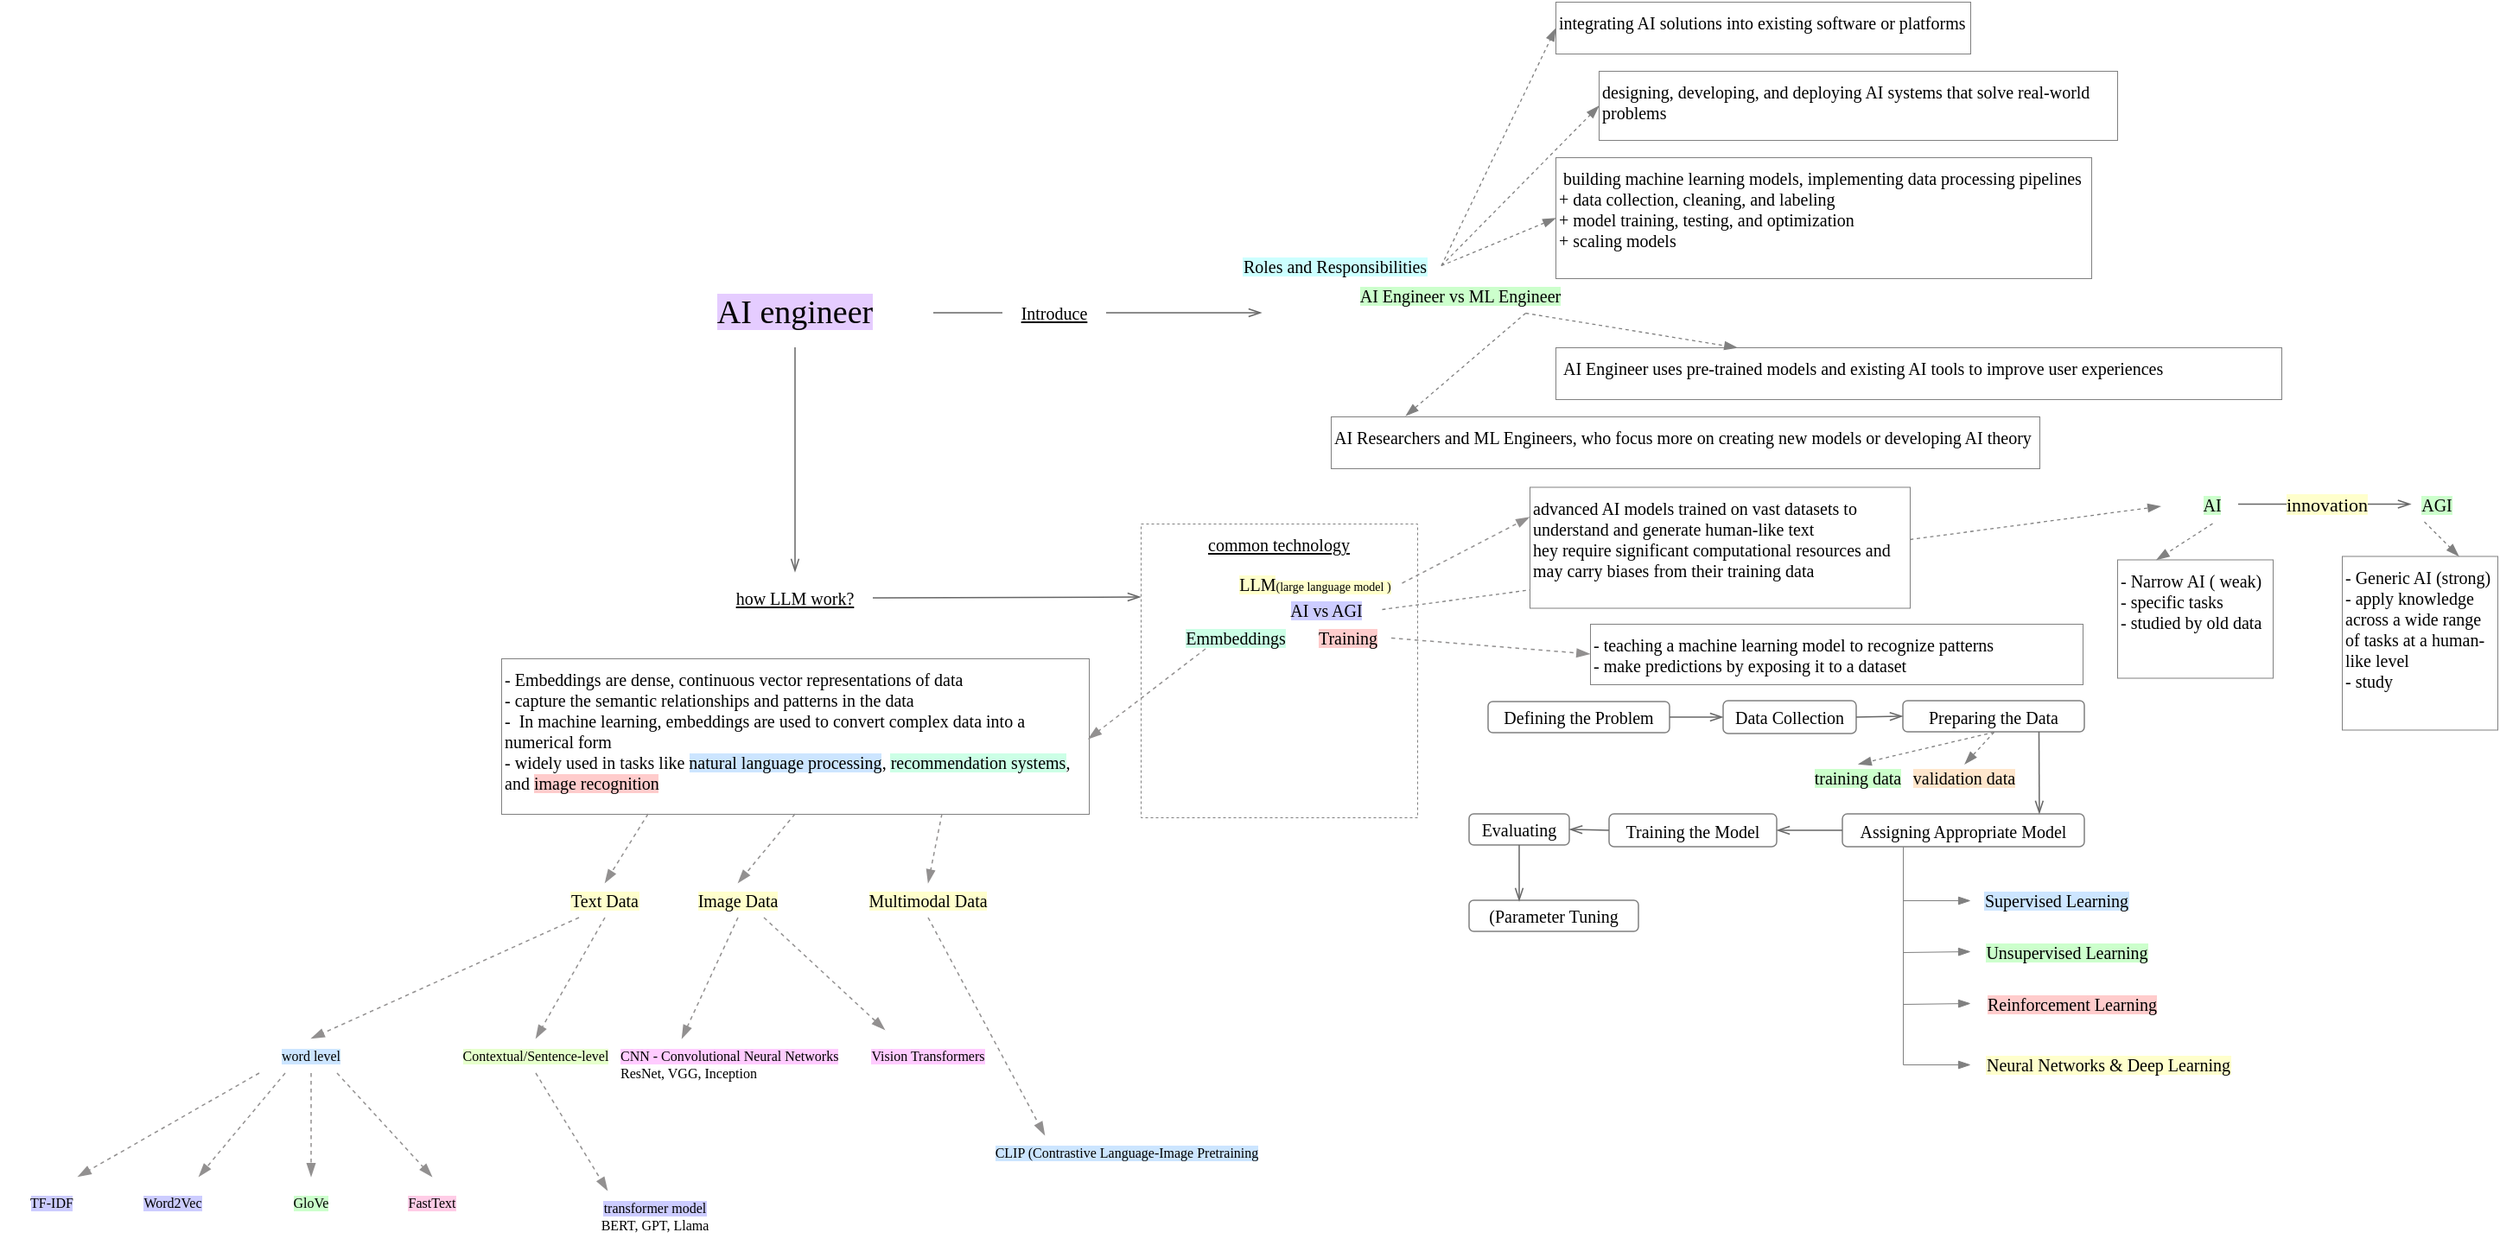
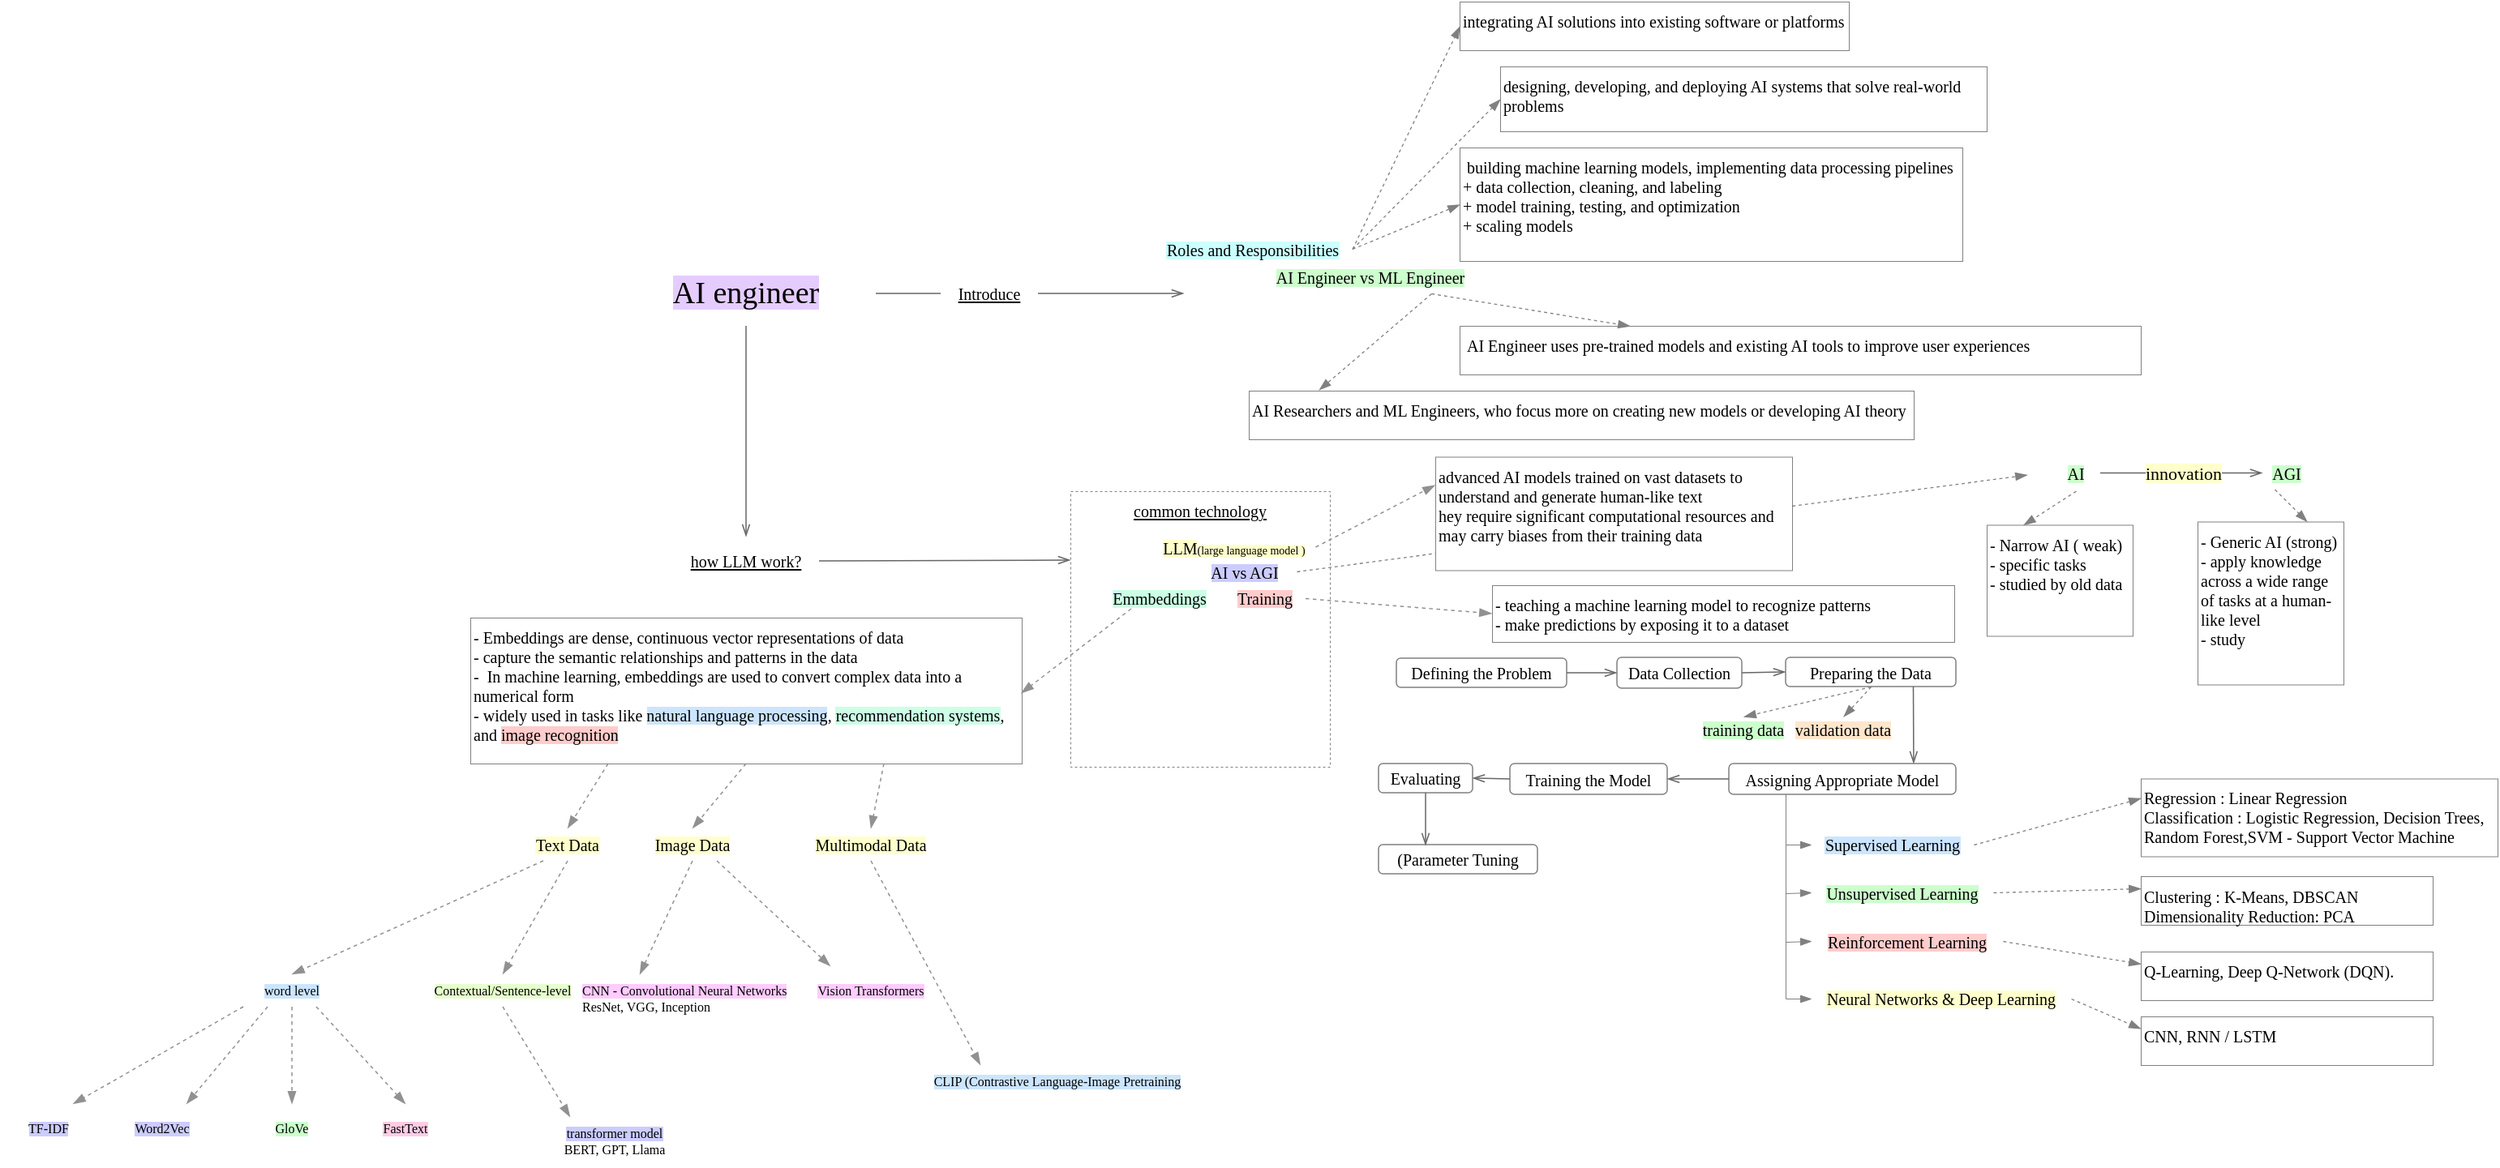
<mxfile host="app.diagrams.net" agent="Mozilla/5.0 (Macintosh; Intel Mac OS X 10_15_7) AppleWebKit/537.36 (KHTML, like Gecko) draw.io/29.3.0 Chrome/140.0.7339.249 Electron/38.7.2 Safari/537.36">
  <diagram name="Page-1" id="n3nyEJ4kgbD7jWuKOy95">
-     <mxGraphModel dx="425" dy="190" grid="1" gridSize="10" guides="1" tooltips="1" connect="1" arrows="1" fold="1" page="1" pageScale="1" pageWidth="827" pageHeight="1169" math="0" shadow="0">
+     <mxGraphModel dx="1304" dy="609" grid="1" gridSize="10" guides="1" tooltips="1" connect="1" arrows="1" fold="1" page="1" pageScale="1" pageWidth="827" pageHeight="1169" math="0" shadow="0">
      <root>
        <mxCell id="0" />
        <mxCell id="1" parent="0" />
        <mxCell id="48Jv2C9wjBzbgeSbcpPr-1" parent="1" style="text;html=1;whiteSpace=wrap;strokeColor=none;fillColor=none;align=center;verticalAlign=middle;rounded=0;fontFamily=Comic Sans MS;fontSize=19;" value="&lt;span style=&quot;background-color: rgb(229, 204, 255);&quot;&gt;AI engineer&lt;/span&gt;" vertex="1">
          <mxGeometry height="40" width="160" x="400" y="360" as="geometry" />
        </mxCell>
        <mxCell id="48Jv2C9wjBzbgeSbcpPr-3" parent="1" style="text;html=1;whiteSpace=wrap;strokeColor=none;fillColor=none;align=center;verticalAlign=middle;rounded=0;fontFamily=Comic Sans MS;fontSize=10;fontStyle=4" value="how LLM work?" vertex="1">
          <mxGeometry height="30" width="90" x="435" y="530" as="geometry" />
        </mxCell>
        <mxCell id="48Jv2C9wjBzbgeSbcpPr-6" edge="1" parent="1" source="48Jv2C9wjBzbgeSbcpPr-1" style="endArrow=openThin;html=1;rounded=0;strokeWidth=0.75;endFill=0;strokeColor=#666666;exitX=0.5;exitY=1;exitDx=0;exitDy=0;entryX=0.5;entryY=0;entryDx=0;entryDy=0;fontFamily=Comic Sans MS;" target="48Jv2C9wjBzbgeSbcpPr-3" value="">
          <mxGeometry height="50" relative="1" width="50" as="geometry">
            <mxPoint x="390" y="450" as="sourcePoint" />
            <mxPoint x="440" y="400" as="targetPoint" />
          </mxGeometry>
        </mxCell>
        <mxCell id="48Jv2C9wjBzbgeSbcpPr-8" parent="1" style="text;html=1;whiteSpace=wrap;strokeColor=none;fillColor=none;align=center;verticalAlign=middle;rounded=0;fontFamily=Comic Sans MS;fontSize=10;fontStyle=4" value="Introduce" vertex="1">
          <mxGeometry height="30" width="60" x="600" y="365" as="geometry" />
        </mxCell>
        <mxCell id="48Jv2C9wjBzbgeSbcpPr-9" edge="1" parent="1" source="48Jv2C9wjBzbgeSbcpPr-1" style="endArrow=none;html=1;rounded=0;strokeWidth=0.75;endFill=0;strokeColor=#666666;entryX=0;entryY=0.5;entryDx=0;entryDy=0;exitX=1;exitY=0.5;exitDx=0;exitDy=0;fontFamily=Comic Sans MS;" target="48Jv2C9wjBzbgeSbcpPr-8" value="">
          <mxGeometry height="50" relative="1" width="50" as="geometry">
            <mxPoint x="390" y="450" as="sourcePoint" />
            <mxPoint x="440" y="400" as="targetPoint" />
          </mxGeometry>
        </mxCell>
        <mxCell id="48Jv2C9wjBzbgeSbcpPr-11" edge="1" parent="1" source="48Jv2C9wjBzbgeSbcpPr-8" style="endArrow=openThin;html=1;rounded=0;strokeWidth=0.75;endFill=0;strokeColor=#666666;exitX=1;exitY=0.5;exitDx=0;exitDy=0;fontFamily=Comic Sans MS;" value="">
          <mxGeometry height="50" relative="1" width="50" as="geometry">
            <mxPoint x="590" y="450" as="sourcePoint" />
            <mxPoint x="750" y="380" as="targetPoint" />
          </mxGeometry>
        </mxCell>
        <mxCell id="48Jv2C9wjBzbgeSbcpPr-13" parent="1" style="text;html=1;whiteSpace=wrap;strokeColor=none;fillColor=none;align=center;verticalAlign=middle;rounded=0;fontFamily=Comic Sans MS;fontSize=10;" value="&lt;div&gt;&lt;span style=&quot;background-color: rgb(204, 255, 255);&quot;&gt;Roles and Responsibilities&lt;/span&gt;&lt;/div&gt;" vertex="1">
          <mxGeometry height="15" width="122.5" x="731.25" y="345" as="geometry" />
        </mxCell>
        <mxCell id="48Jv2C9wjBzbgeSbcpPr-14" parent="1" style="rounded=0;whiteSpace=wrap;html=1;fontFamily=Comic Sans MS;strokeWidth=0.5;strokeColor=#808080;align=left;verticalAlign=top;fontSize=10;" value="designing, developing, and deploying AI systems that solve real-world problems" vertex="1">
          <mxGeometry height="40" width="300" x="945" y="240" as="geometry" />
        </mxCell>
        <mxCell id="48Jv2C9wjBzbgeSbcpPr-15" parent="1" style="rounded=0;whiteSpace=wrap;html=1;fontFamily=Comic Sans MS;strokeWidth=0.5;strokeColor=#808080;align=left;verticalAlign=top;fontSize=10;" value="&amp;nbsp;building machine learning models, implementing data processing pipelines&lt;div&gt;+&amp;nbsp;data collection, cleaning, and labeling&lt;/div&gt;&lt;div&gt;+&amp;nbsp;model training, testing, and optimization&lt;/div&gt;&lt;div&gt;+&amp;nbsp;scaling models&lt;/div&gt;" vertex="1">
          <mxGeometry height="70" width="310" x="920" y="290" as="geometry" />
        </mxCell>
        <mxCell id="48Jv2C9wjBzbgeSbcpPr-16" parent="1" style="rounded=0;whiteSpace=wrap;html=1;fontFamily=Comic Sans MS;strokeWidth=0.5;strokeColor=#808080;align=left;verticalAlign=top;fontSize=10;" value="integrating AI solutions into existing software or platforms" vertex="1">
          <mxGeometry height="30" width="240" x="920" y="200" as="geometry" />
        </mxCell>
        <mxCell id="48Jv2C9wjBzbgeSbcpPr-17" edge="1" parent="1" source="48Jv2C9wjBzbgeSbcpPr-13" style="endArrow=blockThin;html=1;rounded=0;strokeColor=#808080;endFill=1;strokeWidth=0.65;exitX=1;exitY=0.5;exitDx=0;exitDy=0;entryX=0;entryY=0.5;entryDx=0;entryDy=0;dashed=1;fontFamily=Comic Sans MS;" target="48Jv2C9wjBzbgeSbcpPr-15" value="">
          <mxGeometry height="50" relative="1" width="50" as="geometry">
            <mxPoint x="945" y="330" as="sourcePoint" />
            <mxPoint x="920" y="290" as="targetPoint" />
          </mxGeometry>
        </mxCell>
        <mxCell id="48Jv2C9wjBzbgeSbcpPr-18" edge="1" parent="1" source="48Jv2C9wjBzbgeSbcpPr-13" style="endArrow=blockThin;html=1;rounded=0;strokeColor=#808080;endFill=1;strokeWidth=0.65;exitX=1;exitY=0.5;exitDx=0;exitDy=0;entryX=0;entryY=0.5;entryDx=0;entryDy=0;dashed=1;fontFamily=Comic Sans MS;" target="48Jv2C9wjBzbgeSbcpPr-14" value="">
          <mxGeometry height="50" relative="1" width="50" as="geometry">
            <mxPoint x="945" y="330" as="sourcePoint" />
            <mxPoint x="920" y="290" as="targetPoint" />
          </mxGeometry>
        </mxCell>
        <mxCell id="48Jv2C9wjBzbgeSbcpPr-19" edge="1" parent="1" source="48Jv2C9wjBzbgeSbcpPr-13" style="endArrow=blockThin;html=1;rounded=0;strokeColor=#808080;endFill=1;strokeWidth=0.65;exitX=1;exitY=0.5;exitDx=0;exitDy=0;entryX=0;entryY=0.5;entryDx=0;entryDy=0;dashed=1;fontFamily=Comic Sans MS;" target="48Jv2C9wjBzbgeSbcpPr-16" value="">
          <mxGeometry height="50" relative="1" width="50" as="geometry">
            <mxPoint x="945" y="330" as="sourcePoint" />
            <mxPoint x="920" y="290" as="targetPoint" />
          </mxGeometry>
        </mxCell>
        <mxCell id="48Jv2C9wjBzbgeSbcpPr-20" parent="1" style="text;html=1;whiteSpace=wrap;strokeColor=none;fillColor=none;align=center;verticalAlign=middle;rounded=0;fontFamily=Comic Sans MS;fontSize=10;" value="&lt;span style=&quot;background-color: rgb(204, 255, 204);&quot;&gt;AI Engineer vs ML Engineer&lt;/span&gt;" vertex="1">
          <mxGeometry height="20" width="150" x="790" y="360" as="geometry" />
        </mxCell>
        <mxCell id="48Jv2C9wjBzbgeSbcpPr-21" parent="1" style="rounded=0;whiteSpace=wrap;html=1;fontFamily=Comic Sans MS;strokeWidth=0.5;strokeColor=#808080;align=left;verticalAlign=top;fontSize=10;" value="&amp;nbsp;AI Engineer uses pre-trained models and existing AI tools to improve user experiences" vertex="1">
          <mxGeometry height="30" width="420" x="920" y="400" as="geometry" />
        </mxCell>
        <mxCell id="48Jv2C9wjBzbgeSbcpPr-22" parent="1" style="rounded=0;whiteSpace=wrap;html=1;fontFamily=Comic Sans MS;strokeWidth=0.5;strokeColor=#808080;align=left;verticalAlign=top;fontSize=10;" value="AI Researchers and ML Engineers, who focus more on creating new models or developing AI theory" vertex="1">
          <mxGeometry height="30" width="410" x="790" y="440" as="geometry" />
        </mxCell>
        <mxCell id="48Jv2C9wjBzbgeSbcpPr-23" edge="1" parent="1" source="48Jv2C9wjBzbgeSbcpPr-20" style="endArrow=blockThin;html=1;rounded=0;strokeColor=#808080;endFill=1;strokeWidth=0.65;exitX=0.75;exitY=1;exitDx=0;exitDy=0;entryX=0.25;entryY=0;entryDx=0;entryDy=0;dashed=1;fontFamily=Comic Sans MS;" target="48Jv2C9wjBzbgeSbcpPr-21" value="">
          <mxGeometry height="50" relative="1" width="50" as="geometry">
            <mxPoint x="705" y="330" as="sourcePoint" />
            <mxPoint x="680" y="290" as="targetPoint" />
          </mxGeometry>
        </mxCell>
        <mxCell id="48Jv2C9wjBzbgeSbcpPr-24" edge="1" parent="1" source="48Jv2C9wjBzbgeSbcpPr-20" style="endArrow=blockThin;html=1;rounded=0;strokeColor=#808080;endFill=1;strokeWidth=0.65;exitX=0.75;exitY=1;exitDx=0;exitDy=0;entryX=0.105;entryY=-0.017;entryDx=0;entryDy=0;dashed=1;entryPerimeter=0;fontFamily=Comic Sans MS;" target="48Jv2C9wjBzbgeSbcpPr-22" value="">
          <mxGeometry height="50" relative="1" width="50" as="geometry">
            <mxPoint x="705" y="330" as="sourcePoint" />
            <mxPoint x="680" y="290" as="targetPoint" />
          </mxGeometry>
        </mxCell>
        <mxCell id="48Jv2C9wjBzbgeSbcpPr-25" parent="1" style="rounded=0;whiteSpace=wrap;html=1;fontFamily=Comic Sans MS;strokeWidth=0.5;strokeColor=#808080;align=center;verticalAlign=top;fontSize=10;dashed=1;" value="&lt;u&gt;common technology&lt;/u&gt;&lt;div&gt;&lt;br&gt;&lt;/div&gt;" vertex="1">
          <mxGeometry height="170" width="160" x="680" y="502" as="geometry" />
        </mxCell>
        <mxCell id="48Jv2C9wjBzbgeSbcpPr-27" parent="1" style="text;html=1;whiteSpace=wrap;strokeColor=none;fillColor=none;align=center;verticalAlign=middle;rounded=0;fontFamily=Comic Sans MS;fontSize=10;" value="&lt;span&gt;&lt;span style=&quot;background-color: light-dark(rgb(204, 204, 255), rgb(0, 43, 0));&quot;&gt;AI vs AGI&lt;/span&gt;&lt;br&gt;&lt;/span&gt;" vertex="1">
          <mxGeometry height="10" width="65" x="754.5" y="546.5" as="geometry" />
        </mxCell>
        <mxCell id="48Jv2C9wjBzbgeSbcpPr-28" edge="1" parent="1" source="48Jv2C9wjBzbgeSbcpPr-3" style="endArrow=openThin;html=1;rounded=0;strokeWidth=0.75;endFill=0;strokeColor=#666666;exitX=1;exitY=0.5;exitDx=0;exitDy=0;entryX=0;entryY=0.25;entryDx=0;entryDy=0;fontFamily=Comic Sans MS;" target="48Jv2C9wjBzbgeSbcpPr-25" value="">
          <mxGeometry height="50" relative="1" width="50" as="geometry">
            <mxPoint x="670" y="630" as="sourcePoint" />
            <mxPoint x="720" y="580" as="targetPoint" />
          </mxGeometry>
        </mxCell>
        <mxCell id="48Jv2C9wjBzbgeSbcpPr-31" edge="1" parent="1" source="48Jv2C9wjBzbgeSbcpPr-27" style="endArrow=blockThin;html=1;rounded=0;strokeColor=#808080;endFill=1;strokeWidth=0.65;exitX=1;exitY=0.5;exitDx=0;exitDy=0;dashed=1;fontFamily=Comic Sans MS;entryX=0;entryY=0.5;entryDx=0;entryDy=0;" value="">
          <mxGeometry height="50" relative="1" width="50" as="geometry">
            <mxPoint x="810" y="536" as="sourcePoint" />
            <mxPoint x="1270" y="491.7500000000001" as="targetPoint" />
          </mxGeometry>
        </mxCell>
        <mxCell id="48Jv2C9wjBzbgeSbcpPr-32" parent="1" style="text;html=1;whiteSpace=wrap;strokeColor=none;fillColor=none;align=center;verticalAlign=middle;rounded=0;fontFamily=Comic Sans MS;fontSize=10;" value="&lt;span style=&quot;background-color: rgb(204, 255, 204);&quot;&gt;&lt;span style=&quot;background-color: light-dark(rgb(204, 255, 204), rgb(0, 43, 0));&quot;&gt;AI&lt;/span&gt;&lt;br&gt;&lt;/span&gt;" vertex="1">
          <mxGeometry height="22" width="30" x="1285" y="479.75" as="geometry" />
        </mxCell>
        <mxCell id="48Jv2C9wjBzbgeSbcpPr-34" parent="1" style="text;html=1;whiteSpace=wrap;strokeColor=none;fillColor=none;align=center;verticalAlign=middle;rounded=0;fontFamily=Comic Sans MS;fontSize=10;" value="&lt;span style=&quot;background-color: rgb(204, 255, 204);&quot;&gt;AGI&lt;/span&gt;" vertex="1">
          <mxGeometry height="20" width="30" x="1415" y="480.75" as="geometry" />
        </mxCell>
        <mxCell id="48Jv2C9wjBzbgeSbcpPr-35" edge="1" parent="1" source="48Jv2C9wjBzbgeSbcpPr-32" style="endArrow=openThin;html=1;rounded=0;strokeWidth=0.75;endFill=0;strokeColor=#666666;exitX=1;exitY=0.5;exitDx=0;exitDy=0;fontFamily=Comic Sans MS;" target="48Jv2C9wjBzbgeSbcpPr-34" value="">
          <mxGeometry height="50" relative="1" width="50" as="geometry">
            <mxPoint x="1325" y="612.75" as="sourcePoint" />
            <mxPoint x="1375" y="562.75" as="targetPoint" />
          </mxGeometry>
        </mxCell>
        <mxCell id="48Jv2C9wjBzbgeSbcpPr-36" connectable="0" parent="48Jv2C9wjBzbgeSbcpPr-35" style="edgeLabel;html=1;align=center;verticalAlign=middle;resizable=0;points=[];fontFamily=Comic Sans MS;" value="&lt;span style=&quot;background-color: rgb(255, 255, 204);&quot;&gt;innovation&lt;/span&gt;" vertex="1">
          <mxGeometry relative="1" x="-0.312" as="geometry">
            <mxPoint x="16" as="offset" />
          </mxGeometry>
        </mxCell>
        <mxCell id="48Jv2C9wjBzbgeSbcpPr-37" parent="1" style="rounded=0;whiteSpace=wrap;html=1;fontFamily=Comic Sans MS;strokeWidth=0.5;strokeColor=#808080;align=left;verticalAlign=top;fontSize=10;" value="- Narrow AI ( weak)&lt;div&gt;-&amp;nbsp;specific tasks&lt;/div&gt;&lt;div&gt;- studied by old data&lt;/div&gt;" vertex="1">
          <mxGeometry height="68.5" width="90" x="1245" y="522.75" as="geometry" />
        </mxCell>
        <mxCell id="48Jv2C9wjBzbgeSbcpPr-38" parent="1" style="rounded=0;whiteSpace=wrap;html=1;fontFamily=Comic Sans MS;strokeWidth=0.5;strokeColor=#808080;align=left;verticalAlign=top;fontSize=10;" value="- Generic AI (strong)&lt;div&gt;-&amp;nbsp;apply knowledge across a wide range of tasks at a human-like level&lt;/div&gt;&lt;div&gt;- study&amp;nbsp;&lt;/div&gt;" vertex="1">
          <mxGeometry height="100.5" width="90" x="1375" y="520.75" as="geometry" />
        </mxCell>
        <mxCell id="48Jv2C9wjBzbgeSbcpPr-39" edge="1" parent="1" source="48Jv2C9wjBzbgeSbcpPr-34" style="endArrow=blockThin;html=1;rounded=0;strokeColor=#808080;endFill=1;strokeWidth=0.65;exitX=0.25;exitY=1;exitDx=0;exitDy=0;entryX=0.75;entryY=0;entryDx=0;entryDy=0;dashed=1;" target="48Jv2C9wjBzbgeSbcpPr-38" value="">
          <mxGeometry height="50" relative="1" width="50" as="geometry">
            <mxPoint x="1390" y="580.75" as="sourcePoint" />
            <mxPoint x="1365" y="540.75" as="targetPoint" />
          </mxGeometry>
        </mxCell>
        <mxCell id="48Jv2C9wjBzbgeSbcpPr-41" edge="1" parent="1" source="48Jv2C9wjBzbgeSbcpPr-32" style="endArrow=blockThin;html=1;rounded=0;strokeColor=#808080;endFill=1;strokeWidth=0.65;exitX=0.5;exitY=1;exitDx=0;exitDy=0;entryX=0.25;entryY=0;entryDx=0;entryDy=0;dashed=1;" target="48Jv2C9wjBzbgeSbcpPr-37" value="">
          <mxGeometry height="50" relative="1" width="50" as="geometry">
            <mxPoint x="1390" y="582.75" as="sourcePoint" />
            <mxPoint x="1365" y="542.75" as="targetPoint" />
          </mxGeometry>
        </mxCell>
        <mxCell id="4Kx2ZGOmUHy-jwn0eLsE-1" parent="1" style="text;html=1;whiteSpace=wrap;strokeColor=none;fillColor=none;align=center;verticalAlign=middle;rounded=0;" value="&lt;font face=&quot;Comic Sans MS&quot; style=&quot;background-color: rgb(255, 255, 204); font-size: 10px;&quot;&gt;LLM&lt;/font&gt;&lt;span style=&quot;background-color: rgb(255, 255, 204); font-size: 7px; font-family: &amp;quot;Comic Sans MS&amp;quot;; color: light-dark(rgb(0, 0, 0), rgb(255, 255, 255));&quot;&gt;(large language model )&lt;/span&gt;" vertex="1">
          <mxGeometry height="20" width="100" x="731.25" y="526.5" as="geometry" />
        </mxCell>
        <mxCell id="4Kx2ZGOmUHy-jwn0eLsE-2" parent="1" style="rounded=0;whiteSpace=wrap;html=1;align=left;verticalAlign=top;fontFamily=Comic Sans MS;strokeWidth=0.5;fontSize=10;strokeColor=#808080;" value="&lt;div&gt;&lt;div&gt;&lt;span style=&quot;background-color: transparent;&quot;&gt;advanced AI models trained on vast datasets to understand and generate human-like text&lt;/span&gt;&lt;/div&gt;&lt;/div&gt;&lt;div&gt;&lt;span style=&quot;background-color: transparent;&quot;&gt;hey require significant computational resources and may carry biases from their training data&lt;/span&gt;&lt;/div&gt;" vertex="1">
          <mxGeometry height="70" width="220" x="905" y="480.75" as="geometry" />
        </mxCell>
        <mxCell id="4Kx2ZGOmUHy-jwn0eLsE-3" edge="1" parent="1" source="4Kx2ZGOmUHy-jwn0eLsE-1" style="endArrow=blockThin;html=1;rounded=0;endFill=1;strokeColor=light-dark(#929090, #ededed);strokeWidth=0.75;dashed=1;exitX=1;exitY=0.5;exitDx=0;exitDy=0;entryX=0;entryY=0.25;entryDx=0;entryDy=0;" target="4Kx2ZGOmUHy-jwn0eLsE-2" value="">
          <mxGeometry height="50" relative="1" width="50" as="geometry">
            <mxPoint x="710" y="550" as="sourcePoint" />
            <mxPoint x="760" y="500" as="targetPoint" />
          </mxGeometry>
        </mxCell>
        <mxCell id="4Kx2ZGOmUHy-jwn0eLsE-4" parent="1" style="text;html=1;whiteSpace=wrap;strokeColor=none;fillColor=none;align=center;verticalAlign=middle;rounded=0;fontFamily=Comic Sans MS;fontSize=10;" value="&lt;span&gt;&lt;span style=&quot;background-color: light-dark(rgb(204, 255, 230), rgb(0, 43, 0));&quot;&gt;Emmbeddings&lt;/span&gt;&lt;br&gt;&lt;/span&gt;" vertex="1">
          <mxGeometry height="14" width="70" x="700" y="560.5" as="geometry" />
        </mxCell>
        <mxCell id="4Kx2ZGOmUHy-jwn0eLsE-5" parent="1" style="rounded=0;whiteSpace=wrap;html=1;align=left;verticalAlign=top;fontFamily=Comic Sans MS;strokeWidth=0.5;fontSize=10;strokeColor=#808080;" value="&lt;div&gt;&lt;div&gt;&lt;span style=&quot;background-color: transparent;&quot;&gt;- Embeddings are dense, continuous vector representations of data&lt;/span&gt;&lt;/div&gt;&lt;/div&gt;&lt;div&gt;&lt;span style=&quot;background-color: transparent;&quot;&gt;-&amp;nbsp;&lt;/span&gt;&lt;span style=&quot;background-color: transparent;&quot;&gt;capture the semantic relationships and patterns in the data&lt;/span&gt;&lt;/div&gt;&lt;div&gt;&lt;span style=&quot;background-color: transparent;&quot;&gt;-&amp;nbsp;&lt;/span&gt;&lt;span style=&quot;background-color: transparent;&quot;&gt;&amp;nbsp;In machine learning, embeddings are used to convert complex data into a numerical form&lt;/span&gt;&lt;/div&gt;&lt;div&gt;&lt;span style=&quot;background-color: transparent;&quot;&gt;-&amp;nbsp;&lt;/span&gt;&lt;span style=&quot;background-color: transparent;&quot;&gt;widely used in tasks like &lt;/span&gt;&lt;span style=&quot;background-color: rgb(204, 229, 255);&quot;&gt;natural language processing&lt;/span&gt;&lt;span style=&quot;background-color: transparent;&quot;&gt;, &lt;/span&gt;&lt;span style=&quot;background-color: rgb(204, 255, 230);&quot;&gt;recommendation systems&lt;/span&gt;&lt;span style=&quot;background-color: transparent;&quot;&gt;, and &lt;/span&gt;&lt;span style=&quot;background-color: rgb(255, 204, 204);&quot;&gt;image recognition&lt;/span&gt;&lt;/div&gt;" vertex="1">
          <mxGeometry height="90" width="340" x="310" y="580" as="geometry" />
        </mxCell>
        <mxCell id="4Kx2ZGOmUHy-jwn0eLsE-6" parent="1" style="text;html=1;whiteSpace=wrap;strokeColor=none;fillColor=none;align=center;verticalAlign=middle;rounded=0;fontSize=10;" value="&lt;font face=&quot;Comic Sans MS&quot; style=&quot;background-color: rgb(255, 204, 204);&quot;&gt;Training&lt;/font&gt;" vertex="1">
          <mxGeometry height="13.5" width="50" x="775" y="561.5" as="geometry" />
        </mxCell>
        <mxCell id="4Kx2ZGOmUHy-jwn0eLsE-7" edge="1" parent="1" source="4Kx2ZGOmUHy-jwn0eLsE-4" style="endArrow=blockThin;html=1;rounded=0;endFill=1;strokeColor=light-dark(#929090, #ededed);strokeWidth=0.75;dashed=1;exitX=0.25;exitY=1;exitDx=0;exitDy=0;entryX=0.999;entryY=0.518;entryDx=0;entryDy=0;entryPerimeter=0;" target="4Kx2ZGOmUHy-jwn0eLsE-5" value="">
          <mxGeometry height="50" relative="1" width="50" as="geometry">
            <mxPoint x="620" y="640" as="sourcePoint" />
            <mxPoint x="670" y="590" as="targetPoint" />
          </mxGeometry>
        </mxCell>
        <mxCell id="4Kx2ZGOmUHy-jwn0eLsE-8" parent="1" style="rounded=0;whiteSpace=wrap;html=1;align=left;verticalAlign=top;fontFamily=Comic Sans MS;strokeWidth=0.5;fontSize=10;strokeColor=#808080;" value="&lt;div&gt;&lt;span style=&quot;background-color: transparent; color: light-dark(rgb(0, 0, 0), rgb(255, 255, 255));&quot;&gt;-&amp;nbsp;teaching a machine learning model to recognize patterns&lt;/span&gt;&lt;/div&gt;&lt;div&gt;-&amp;nbsp;make predictions by exposing it to a dataset&lt;/div&gt;" vertex="1">
          <mxGeometry height="35" width="285" x="940" y="560" as="geometry" />
        </mxCell>
        <mxCell id="4Kx2ZGOmUHy-jwn0eLsE-10" edge="1" parent="1" source="4Kx2ZGOmUHy-jwn0eLsE-6" style="endArrow=blockThin;html=1;rounded=0;endFill=1;strokeColor=light-dark(#929090, #ededed);strokeWidth=0.75;dashed=1;exitX=1;exitY=0.5;exitDx=0;exitDy=0;entryX=0;entryY=0.5;entryDx=0;entryDy=0;" target="4Kx2ZGOmUHy-jwn0eLsE-8" value="">
          <mxGeometry height="50" relative="1" width="50" as="geometry">
            <mxPoint x="950" y="590" as="sourcePoint" />
            <mxPoint x="1000" y="540" as="targetPoint" />
          </mxGeometry>
        </mxCell>
        <mxCell id="4Kx2ZGOmUHy-jwn0eLsE-11" parent="1" style="text;html=1;whiteSpace=wrap;strokeColor=none;fillColor=none;align=center;verticalAlign=middle;rounded=0;fontSize=10;" value="&lt;font face=&quot;Comic Sans MS&quot; style=&quot;background-color: rgb(255, 255, 204);&quot;&gt;Text Data&lt;/font&gt;" vertex="1">
          <mxGeometry height="20" width="60" x="340" y="710" as="geometry" />
        </mxCell>
        <mxCell id="4Kx2ZGOmUHy-jwn0eLsE-12" parent="1" style="text;html=1;whiteSpace=wrap;strokeColor=none;fillColor=none;align=center;verticalAlign=middle;rounded=0;fontSize=10;" value="&lt;font face=&quot;Comic Sans MS&quot; style=&quot;background-color: rgb(255, 255, 204);&quot;&gt;Image Data&lt;/font&gt;" vertex="1">
          <mxGeometry height="20" width="60" x="417" y="710" as="geometry" />
        </mxCell>
        <mxCell id="4Kx2ZGOmUHy-jwn0eLsE-13" parent="1" style="text;html=1;whiteSpace=wrap;strokeColor=none;fillColor=none;align=center;verticalAlign=middle;rounded=0;fontSize=10;" value="&lt;font face=&quot;Comic Sans MS&quot; style=&quot;background-color: rgb(255, 255, 204);&quot;&gt;Multimodal&amp;nbsp;Data&lt;/font&gt;" vertex="1">
          <mxGeometry height="20" width="60" x="527" y="710" as="geometry" />
        </mxCell>
        <mxCell id="4Kx2ZGOmUHy-jwn0eLsE-14" edge="1" parent="1" source="4Kx2ZGOmUHy-jwn0eLsE-5" style="endArrow=blockThin;html=1;rounded=0;endFill=1;strokeColor=light-dark(#929090, #ededed);strokeWidth=0.75;dashed=1;entryX=0.5;entryY=0;entryDx=0;entryDy=0;exitX=0.75;exitY=1;exitDx=0;exitDy=0;" target="4Kx2ZGOmUHy-jwn0eLsE-13" value="">
          <mxGeometry height="50" relative="1" width="50" as="geometry">
            <mxPoint x="410" y="700" as="sourcePoint" />
            <mxPoint x="460" y="650" as="targetPoint" />
          </mxGeometry>
        </mxCell>
        <mxCell id="4Kx2ZGOmUHy-jwn0eLsE-15" edge="1" parent="1" source="4Kx2ZGOmUHy-jwn0eLsE-5" style="endArrow=blockThin;html=1;rounded=0;endFill=1;strokeColor=light-dark(#929090, #ededed);strokeWidth=0.75;dashed=1;entryX=0.5;entryY=0;entryDx=0;entryDy=0;exitX=0.5;exitY=1;exitDx=0;exitDy=0;" target="4Kx2ZGOmUHy-jwn0eLsE-12" value="">
          <mxGeometry height="50" relative="1" width="50" as="geometry">
            <mxPoint x="410" y="700" as="sourcePoint" />
            <mxPoint x="460" y="650" as="targetPoint" />
          </mxGeometry>
        </mxCell>
        <mxCell id="4Kx2ZGOmUHy-jwn0eLsE-16" edge="1" parent="1" source="4Kx2ZGOmUHy-jwn0eLsE-5" style="endArrow=blockThin;html=1;rounded=0;endFill=1;strokeColor=light-dark(#929090, #ededed);strokeWidth=0.75;dashed=1;entryX=0.5;entryY=0;entryDx=0;entryDy=0;exitX=0.25;exitY=1;exitDx=0;exitDy=0;" target="4Kx2ZGOmUHy-jwn0eLsE-11" value="">
          <mxGeometry height="50" relative="1" width="50" as="geometry">
            <mxPoint x="410" y="700" as="sourcePoint" />
            <mxPoint x="460" y="650" as="targetPoint" />
          </mxGeometry>
        </mxCell>
        <mxCell id="4Kx2ZGOmUHy-jwn0eLsE-17" parent="1" style="text;html=1;whiteSpace=wrap;strokeColor=none;fillColor=none;align=center;verticalAlign=middle;rounded=0;fontSize=8;" value="&lt;font face=&quot;Comic Sans MS&quot; style=&quot;background-color: rgb(204, 229, 255);&quot;&gt;word level&lt;/font&gt;" vertex="1">
          <mxGeometry height="20" width="60" x="170" y="800" as="geometry" />
        </mxCell>
        <mxCell id="4Kx2ZGOmUHy-jwn0eLsE-18" parent="1" style="text;html=1;whiteSpace=wrap;strokeColor=none;fillColor=none;align=center;verticalAlign=middle;rounded=0;fontSize=8;fontStyle=0" value="&lt;font face=&quot;Comic Sans MS&quot; style=&quot;background-color: rgb(204, 204, 255);&quot;&gt;Word2Vec&lt;/font&gt;" vertex="1">
          <mxGeometry height="30" width="60" x="90" y="879.9999999999995" as="geometry" />
        </mxCell>
        <mxCell id="4Kx2ZGOmUHy-jwn0eLsE-19" parent="1" style="text;html=1;whiteSpace=wrap;strokeColor=none;fillColor=none;align=center;verticalAlign=middle;rounded=0;fontSize=8;fontStyle=0" value="&lt;font face=&quot;Comic Sans MS&quot; style=&quot;background-color: rgb(204, 255, 204);&quot;&gt;GloVe&lt;/font&gt;" vertex="1">
          <mxGeometry height="30" width="60" x="170" y="879.9999999999995" as="geometry" />
        </mxCell>
        <mxCell id="4Kx2ZGOmUHy-jwn0eLsE-20" parent="1" style="text;html=1;whiteSpace=wrap;strokeColor=none;fillColor=none;align=center;verticalAlign=middle;rounded=0;fontSize=8;fontStyle=0" value="&lt;font face=&quot;Comic Sans MS&quot; style=&quot;background-color: rgb(255, 204, 230);&quot;&gt;FastText&lt;/font&gt;" vertex="1">
          <mxGeometry height="30" width="60" x="240" y="879.9999999999995" as="geometry" />
        </mxCell>
        <mxCell id="4Kx2ZGOmUHy-jwn0eLsE-21" edge="1" parent="1" source="4Kx2ZGOmUHy-jwn0eLsE-17" style="endArrow=blockThin;html=1;rounded=0;endFill=1;strokeColor=light-dark(#929090, #ededed);strokeWidth=0.75;dashed=1;exitX=0.75;exitY=1;exitDx=0;exitDy=0;entryX=0.5;entryY=0;entryDx=0;entryDy=0;fontSize=8;" target="4Kx2ZGOmUHy-jwn0eLsE-20" value="">
          <mxGeometry height="50" relative="1" width="50" as="geometry">
            <mxPoint x="270" y="840" as="sourcePoint" />
            <mxPoint x="320" y="790" as="targetPoint" />
          </mxGeometry>
        </mxCell>
        <mxCell id="4Kx2ZGOmUHy-jwn0eLsE-22" edge="1" parent="1" source="4Kx2ZGOmUHy-jwn0eLsE-17" style="endArrow=blockThin;html=1;rounded=0;endFill=1;strokeColor=light-dark(#929090, #ededed);strokeWidth=0.75;dashed=1;exitX=0.5;exitY=1;exitDx=0;exitDy=0;fontSize=8;" target="4Kx2ZGOmUHy-jwn0eLsE-19" value="">
          <mxGeometry height="50" relative="1" width="50" as="geometry">
            <mxPoint x="240" y="840" as="sourcePoint" />
            <mxPoint x="295" y="900" as="targetPoint" />
          </mxGeometry>
        </mxCell>
        <mxCell id="4Kx2ZGOmUHy-jwn0eLsE-23" edge="1" parent="1" source="4Kx2ZGOmUHy-jwn0eLsE-17" style="endArrow=blockThin;html=1;rounded=0;endFill=1;strokeColor=light-dark(#929090, #ededed);strokeWidth=0.75;dashed=1;exitX=0.25;exitY=1;exitDx=0;exitDy=0;entryX=0.75;entryY=0;entryDx=0;entryDy=0;fontSize=8;" target="4Kx2ZGOmUHy-jwn0eLsE-18" value="">
          <mxGeometry height="50" relative="1" width="50" as="geometry">
            <mxPoint x="190" y="830" as="sourcePoint" />
            <mxPoint x="190" y="890" as="targetPoint" />
          </mxGeometry>
        </mxCell>
        <mxCell id="4Kx2ZGOmUHy-jwn0eLsE-24" parent="1" style="text;html=1;whiteSpace=wrap;strokeColor=none;fillColor=none;align=center;verticalAlign=middle;rounded=0;fontSize=8;" value="&lt;font face=&quot;Comic Sans MS&quot; style=&quot;background-color: rgb(230, 255, 204);&quot;&gt;Contextual/Sentence-level&lt;/font&gt;" vertex="1">
          <mxGeometry height="20" width="140" x="260" y="800" as="geometry" />
        </mxCell>
        <mxCell id="4Kx2ZGOmUHy-jwn0eLsE-25" parent="1" style="text;html=1;whiteSpace=wrap;strokeColor=none;fillColor=none;align=center;verticalAlign=middle;rounded=0;fontSize=8;" value="&lt;font face=&quot;Comic Sans MS&quot;&gt;&lt;span style=&quot;background-color: rgb(204, 204, 255);&quot;&gt;transformer model&lt;/span&gt;&lt;br&gt;&lt;font&gt;BERT, GPT, Llama&lt;/font&gt;&lt;/font&gt;" vertex="1">
          <mxGeometry height="30" width="110" x="344" y="888" as="geometry" />
        </mxCell>
        <mxCell id="4Kx2ZGOmUHy-jwn0eLsE-26" edge="1" parent="1" source="4Kx2ZGOmUHy-jwn0eLsE-24" style="endArrow=blockThin;html=1;rounded=0;endFill=1;strokeColor=light-dark(#929090, #ededed);strokeWidth=0.75;dashed=1;entryX=0.25;entryY=0;entryDx=0;entryDy=0;exitX=0.5;exitY=1;exitDx=0;exitDy=0;fontSize=8;" target="4Kx2ZGOmUHy-jwn0eLsE-25" value="">
          <mxGeometry height="50" relative="1" width="50" as="geometry">
            <mxPoint x="360" y="890" as="sourcePoint" />
            <mxPoint x="410" y="840" as="targetPoint" />
          </mxGeometry>
        </mxCell>
        <mxCell id="4Kx2ZGOmUHy-jwn0eLsE-27" edge="1" parent="1" source="4Kx2ZGOmUHy-jwn0eLsE-11" style="endArrow=blockThin;html=1;rounded=0;endFill=1;strokeColor=light-dark(#929090, #ededed);strokeWidth=0.75;dashed=1;exitX=0.25;exitY=1;exitDx=0;exitDy=0;entryX=0.5;entryY=0;entryDx=0;entryDy=0;" target="4Kx2ZGOmUHy-jwn0eLsE-17" value="">
          <mxGeometry height="50" relative="1" width="50" as="geometry">
            <mxPoint x="330" y="900" as="sourcePoint" />
            <mxPoint x="380" y="850" as="targetPoint" />
          </mxGeometry>
        </mxCell>
        <mxCell id="4Kx2ZGOmUHy-jwn0eLsE-28" edge="1" parent="1" source="4Kx2ZGOmUHy-jwn0eLsE-11" style="endArrow=blockThin;html=1;rounded=0;endFill=1;strokeColor=light-dark(#929090, #ededed);strokeWidth=0.75;dashed=1;entryX=0.5;entryY=0;entryDx=0;entryDy=0;exitX=0.5;exitY=1;exitDx=0;exitDy=0;" target="4Kx2ZGOmUHy-jwn0eLsE-24" value="">
          <mxGeometry height="50" relative="1" width="50" as="geometry">
            <mxPoint x="330" y="900" as="sourcePoint" />
            <mxPoint x="380" y="850" as="targetPoint" />
          </mxGeometry>
        </mxCell>
        <mxCell id="4Kx2ZGOmUHy-jwn0eLsE-29" parent="1" style="text;html=1;whiteSpace=wrap;strokeColor=none;fillColor=none;align=left;verticalAlign=middle;rounded=0;fontSize=8;" value="&lt;font face=&quot;Comic Sans MS&quot;&gt;&lt;span style=&quot;background-color: rgb(255, 204, 255);&quot;&gt;CNN - Convolutional Neural Networks&lt;/span&gt;&lt;br&gt;&lt;span&gt;ResNet, VGG, Inception&lt;/span&gt;&lt;/font&gt;" vertex="1">
          <mxGeometry height="30" width="150" x="377" y="800" as="geometry" />
        </mxCell>
        <mxCell id="4Kx2ZGOmUHy-jwn0eLsE-30" parent="1" style="text;html=1;whiteSpace=wrap;strokeColor=none;fillColor=none;align=center;verticalAlign=middle;rounded=0;fontSize=8;" value="&lt;font face=&quot;Comic Sans MS&quot; style=&quot;background-color: rgb(255, 204, 255);&quot;&gt;Vision Transformers&lt;/font&gt;" vertex="1">
          <mxGeometry height="30" width="100" x="507" y="795" as="geometry" />
        </mxCell>
        <mxCell id="4Kx2ZGOmUHy-jwn0eLsE-31" edge="1" parent="1" source="4Kx2ZGOmUHy-jwn0eLsE-12" style="endArrow=blockThin;html=1;rounded=0;endFill=1;strokeColor=light-dark(#929090, #ededed);strokeWidth=0.75;dashed=1;exitX=0.5;exitY=1;exitDx=0;exitDy=0;entryX=0.25;entryY=0;entryDx=0;entryDy=0;" target="4Kx2ZGOmUHy-jwn0eLsE-29" value="">
          <mxGeometry height="50" relative="1" width="50" as="geometry">
            <mxPoint x="367" y="890" as="sourcePoint" />
            <mxPoint x="417" y="840" as="targetPoint" />
          </mxGeometry>
        </mxCell>
        <mxCell id="4Kx2ZGOmUHy-jwn0eLsE-32" edge="1" parent="1" source="4Kx2ZGOmUHy-jwn0eLsE-12" style="endArrow=blockThin;html=1;rounded=0;endFill=1;strokeColor=light-dark(#929090, #ededed);strokeWidth=0.75;dashed=1;entryX=0.25;entryY=0;entryDx=0;entryDy=0;exitX=0.75;exitY=1;exitDx=0;exitDy=0;" target="4Kx2ZGOmUHy-jwn0eLsE-30" value="">
          <mxGeometry height="50" relative="1" width="50" as="geometry">
            <mxPoint x="367" y="890" as="sourcePoint" />
            <mxPoint x="417" y="840" as="targetPoint" />
          </mxGeometry>
        </mxCell>
        <mxCell id="4Kx2ZGOmUHy-jwn0eLsE-33" parent="1" style="text;html=1;whiteSpace=wrap;strokeColor=none;fillColor=none;align=center;verticalAlign=middle;rounded=0;fontSize=8;" value="&lt;font face=&quot;Comic Sans MS&quot; style=&quot;background-color: rgb(204, 229, 255);&quot;&gt;CLIP (Contrastive Language-Image Pretraining&lt;/font&gt;" vertex="1">
          <mxGeometry height="20" width="190" x="577" y="856" as="geometry" />
        </mxCell>
        <mxCell id="4Kx2ZGOmUHy-jwn0eLsE-34" edge="1" parent="1" source="4Kx2ZGOmUHy-jwn0eLsE-13" style="endArrow=blockThin;html=1;rounded=0;endFill=1;strokeColor=light-dark(#929090, #ededed);strokeWidth=0.75;dashed=1;entryX=0.25;entryY=0;entryDx=0;entryDy=0;exitX=0.5;exitY=1;exitDx=0;exitDy=0;" target="4Kx2ZGOmUHy-jwn0eLsE-33" value="">
          <mxGeometry height="50" relative="1" width="50" as="geometry">
            <mxPoint x="347" y="780" as="sourcePoint" />
            <mxPoint x="397" y="730" as="targetPoint" />
          </mxGeometry>
        </mxCell>
        <mxCell id="4Kx2ZGOmUHy-jwn0eLsE-35" parent="1" style="text;html=1;whiteSpace=wrap;strokeColor=none;fillColor=none;align=center;verticalAlign=middle;rounded=0;fontSize=8;fontStyle=0" value="&lt;font face=&quot;Comic Sans MS&quot; style=&quot;background-color: rgb(204, 204, 255);&quot;&gt;TF-IDF&lt;/font&gt;" vertex="1">
          <mxGeometry height="30" width="60" x="20" y="880" as="geometry" />
        </mxCell>
        <mxCell id="4Kx2ZGOmUHy-jwn0eLsE-36" edge="1" parent="1" source="4Kx2ZGOmUHy-jwn0eLsE-17" style="endArrow=blockThin;html=1;rounded=0;endFill=1;strokeColor=light-dark(#929090, #ededed);strokeWidth=0.75;dashed=1;exitX=0;exitY=1;exitDx=0;exitDy=0;entryX=0.75;entryY=0;entryDx=0;entryDy=0;" target="4Kx2ZGOmUHy-jwn0eLsE-35" value="">
          <mxGeometry height="50" relative="1" width="50" as="geometry">
            <mxPoint x="140" y="780" as="sourcePoint" />
            <mxPoint x="190" y="730" as="targetPoint" />
          </mxGeometry>
        </mxCell>
        <mxCell id="V7DRn1bYesRj_FAgbpVT-1" parent="1" style="rounded=1;whiteSpace=wrap;html=1;strokeColor=#808080;fontFamily=Comic Sans MS;strokeWidth=0.75;fontSize=10;" value="Defining the Problem" vertex="1">
          <mxGeometry height="18" width="105" x="881" y="605" as="geometry" />
        </mxCell>
        <mxCell id="V7DRn1bYesRj_FAgbpVT-5" parent="1" style="rounded=1;whiteSpace=wrap;html=1;strokeColor=#808080;fontFamily=Comic Sans MS;strokeWidth=0.75;fontSize=10;" value="Data Collection" vertex="1">
          <mxGeometry height="19" width="77" x="1017" y="604.5" as="geometry" />
        </mxCell>
        <mxCell id="V7DRn1bYesRj_FAgbpVT-7" parent="1" style="rounded=1;whiteSpace=wrap;html=1;strokeColor=#808080;fontFamily=Comic Sans MS;strokeWidth=0.75;fontSize=10;" value="Preparing the Data" vertex="1">
          <mxGeometry height="18" width="105" x="1121" y="604.5" as="geometry" />
        </mxCell>
        <mxCell id="V7DRn1bYesRj_FAgbpVT-8" parent="1" style="rounded=1;whiteSpace=wrap;html=1;strokeColor=#808080;fontFamily=Comic Sans MS;strokeWidth=0.75;fontSize=10;" value="Assigning Appropriate Model" vertex="1">
          <mxGeometry height="19" width="140" x="1086" y="670" as="geometry" />
        </mxCell>
        <mxCell id="V7DRn1bYesRj_FAgbpVT-9" parent="1" style="rounded=1;whiteSpace=wrap;html=1;strokeColor=#808080;fontFamily=Comic Sans MS;strokeWidth=0.75;fontSize=10;" value="Training the Model" vertex="1">
          <mxGeometry height="19" width="97" x="951" y="670" as="geometry" />
        </mxCell>
        <mxCell id="V7DRn1bYesRj_FAgbpVT-10" parent="1" style="rounded=1;whiteSpace=wrap;html=1;strokeColor=#808080;fontFamily=Comic Sans MS;strokeWidth=0.75;fontSize=10;" value="Evaluating" vertex="1">
          <mxGeometry height="18" width="58" x="870" y="670" as="geometry" />
        </mxCell>
        <mxCell id="V7DRn1bYesRj_FAgbpVT-11" parent="1" style="rounded=1;whiteSpace=wrap;html=1;strokeColor=#808080;fontFamily=Comic Sans MS;strokeWidth=0.75;fontSize=10;" value="(Parameter Tuning" vertex="1">
          <mxGeometry height="18" width="98" x="870" y="720" as="geometry" />
        </mxCell>
        <mxCell id="V7DRn1bYesRj_FAgbpVT-12" edge="1" parent="1" source="V7DRn1bYesRj_FAgbpVT-1" style="endArrow=openThin;html=1;rounded=0;strokeWidth=0.75;endFill=0;strokeColor=#666666;entryX=0;entryY=0.5;entryDx=0;entryDy=0;exitX=1;exitY=0.5;exitDx=0;exitDy=0;" target="V7DRn1bYesRj_FAgbpVT-5" value="">
          <mxGeometry height="50" relative="1" width="50" as="geometry">
            <mxPoint x="955" y="695" as="sourcePoint" />
            <mxPoint x="1005" y="645" as="targetPoint" />
          </mxGeometry>
        </mxCell>
        <mxCell id="V7DRn1bYesRj_FAgbpVT-13" edge="1" parent="1" source="V7DRn1bYesRj_FAgbpVT-5" style="endArrow=openThin;html=1;rounded=0;strokeWidth=0.75;endFill=0;strokeColor=#666666;entryX=0;entryY=0.5;entryDx=0;entryDy=0;exitX=1;exitY=0.5;exitDx=0;exitDy=0;" target="V7DRn1bYesRj_FAgbpVT-7" value="">
          <mxGeometry height="50" relative="1" width="50" as="geometry">
            <mxPoint x="955" y="695" as="sourcePoint" />
            <mxPoint x="1005" y="645" as="targetPoint" />
          </mxGeometry>
        </mxCell>
        <mxCell id="V7DRn1bYesRj_FAgbpVT-14" edge="1" parent="1" source="V7DRn1bYesRj_FAgbpVT-7" style="endArrow=openThin;html=1;rounded=0;strokeWidth=0.75;endFill=0;strokeColor=#666666;exitX=0.75;exitY=1;exitDx=0;exitDy=0;entryX=0.814;entryY=0;entryDx=0;entryDy=0;entryPerimeter=0;" target="V7DRn1bYesRj_FAgbpVT-8" value="">
          <mxGeometry height="50" relative="1" width="50" as="geometry">
            <mxPoint x="1179" y="652" as="sourcePoint" />
            <mxPoint x="1229" y="602" as="targetPoint" />
          </mxGeometry>
        </mxCell>
        <mxCell id="V7DRn1bYesRj_FAgbpVT-15" edge="1" parent="1" source="V7DRn1bYesRj_FAgbpVT-8" style="endArrow=openThin;html=1;rounded=0;strokeWidth=0.75;endFill=0;strokeColor=#666666;exitX=0;exitY=0.5;exitDx=0;exitDy=0;entryX=1;entryY=0.5;entryDx=0;entryDy=0;" target="V7DRn1bYesRj_FAgbpVT-9" value="">
          <mxGeometry height="50" relative="1" width="50" as="geometry">
            <mxPoint x="1020" y="652" as="sourcePoint" />
            <mxPoint x="1070" y="602" as="targetPoint" />
          </mxGeometry>
        </mxCell>
        <mxCell id="V7DRn1bYesRj_FAgbpVT-16" edge="1" parent="1" source="V7DRn1bYesRj_FAgbpVT-9" style="endArrow=openThin;html=1;rounded=0;strokeWidth=0.75;endFill=0;strokeColor=#666666;exitX=0;exitY=0.5;exitDx=0;exitDy=0;entryX=1;entryY=0.5;entryDx=0;entryDy=0;" target="V7DRn1bYesRj_FAgbpVT-10" value="">
          <mxGeometry height="50" relative="1" width="50" as="geometry">
            <mxPoint x="884" y="652" as="sourcePoint" />
            <mxPoint x="934" y="602" as="targetPoint" />
          </mxGeometry>
        </mxCell>
        <mxCell id="V7DRn1bYesRj_FAgbpVT-17" edge="1" parent="1" source="V7DRn1bYesRj_FAgbpVT-10" style="endArrow=openThin;html=1;rounded=0;strokeWidth=0.75;endFill=0;strokeColor=#666666;entryX=0.296;entryY=0.028;entryDx=0;entryDy=0;entryPerimeter=0;exitX=0.5;exitY=1;exitDx=0;exitDy=0;" target="V7DRn1bYesRj_FAgbpVT-11" value="">
          <mxGeometry height="50" relative="1" width="50" as="geometry">
            <mxPoint x="845" y="614" as="sourcePoint" />
            <mxPoint x="895" y="564" as="targetPoint" />
          </mxGeometry>
        </mxCell>
        <mxCell id="V7DRn1bYesRj_FAgbpVT-18" parent="1" style="text;html=1;whiteSpace=wrap;strokeColor=none;fillColor=none;align=center;verticalAlign=middle;rounded=0;fontFamily=Comic Sans MS;fontSize=10;" value="&lt;span style=&quot;background-color: rgb(204, 255, 204);&quot;&gt;training data&lt;/span&gt;" vertex="1">
          <mxGeometry height="15" width="60" x="1065" y="641" as="geometry" />
        </mxCell>
        <mxCell id="V7DRn1bYesRj_FAgbpVT-19" parent="1" style="text;html=1;whiteSpace=wrap;strokeColor=none;fillColor=none;align=center;verticalAlign=middle;rounded=0;fontFamily=Comic Sans MS;fontSize=10;" value="&lt;span style=&quot;background-color: rgb(255, 230, 204);&quot;&gt;validation data&lt;/span&gt;" vertex="1">
          <mxGeometry height="15" width="69" x="1122" y="641" as="geometry" />
        </mxCell>
        <mxCell id="V7DRn1bYesRj_FAgbpVT-20" edge="1" parent="1" source="V7DRn1bYesRj_FAgbpVT-7" style="endArrow=blockThin;html=1;rounded=0;strokeColor=#808080;endFill=1;strokeWidth=0.65;exitX=0.5;exitY=1;exitDx=0;exitDy=0;entryX=0.5;entryY=0;entryDx=0;entryDy=0;dashed=1;" target="V7DRn1bYesRj_FAgbpVT-19" value="">
          <mxGeometry height="50" relative="1" width="50" as="geometry">
            <mxPoint x="1039" y="571" as="sourcePoint" />
            <mxPoint x="1014" y="531" as="targetPoint" />
          </mxGeometry>
        </mxCell>
        <mxCell id="V7DRn1bYesRj_FAgbpVT-21" edge="1" parent="1" source="V7DRn1bYesRj_FAgbpVT-7" style="endArrow=blockThin;html=1;rounded=0;strokeColor=#808080;endFill=1;strokeWidth=0.65;exitX=0.5;exitY=1;exitDx=0;exitDy=0;entryX=0.5;entryY=0;entryDx=0;entryDy=0;dashed=1;" target="V7DRn1bYesRj_FAgbpVT-18" value="">
          <mxGeometry height="50" relative="1" width="50" as="geometry">
            <mxPoint x="1039" y="571" as="sourcePoint" />
            <mxPoint x="1014" y="531" as="targetPoint" />
          </mxGeometry>
        </mxCell>
        <mxCell id="V7DRn1bYesRj_FAgbpVT-22" parent="1" style="text;html=1;whiteSpace=wrap;strokeColor=none;fillColor=none;align=center;verticalAlign=middle;rounded=0;fontFamily=Comic Sans MS;fontSize=10;" value="&lt;span style=&quot;background-color: rgb(204, 229, 255);&quot;&gt;Supervised Learning&lt;/span&gt;" vertex="1">
-           <mxGeometry height="18" width="100" x="1160" y="711" as="geometry" />
+           <mxGeometry height="18" width="100" x="1137" y="711" as="geometry" />
        </mxCell>
        <mxCell id="V7DRn1bYesRj_FAgbpVT-23" parent="1" style="text;html=1;whiteSpace=wrap;strokeColor=none;fillColor=none;align=center;verticalAlign=middle;rounded=0;fontFamily=Comic Sans MS;fontSize=10;" value="&lt;span style=&quot;background-color: rgb(204, 255, 204);&quot;&gt;Unsupervised Learning&lt;/span&gt;" vertex="1">
-           <mxGeometry height="21" width="112" x="1160" y="739" as="geometry" />
+           <mxGeometry height="21" width="112" x="1137" y="739" as="geometry" />
        </mxCell>
        <mxCell id="V7DRn1bYesRj_FAgbpVT-24" parent="1" style="text;html=1;whiteSpace=wrap;strokeColor=none;fillColor=none;align=center;verticalAlign=middle;rounded=0;fontFamily=Comic Sans MS;fontSize=10;" value="&lt;span style=&quot;background-color: rgb(255, 204, 204);&quot;&gt;Reinforcement Learning&lt;/span&gt;" vertex="1">
-           <mxGeometry height="19" width="118" x="1160" y="770" as="geometry" />
+           <mxGeometry height="19" width="118" x="1137" y="770" as="geometry" />
        </mxCell>
        <mxCell id="V7DRn1bYesRj_FAgbpVT-25" parent="1" style="text;html=1;whiteSpace=wrap;strokeColor=none;fillColor=none;align=center;verticalAlign=middle;rounded=0;fontFamily=Comic Sans MS;fontSize=10;" value="&lt;span style=&quot;background-color: rgb(255, 255, 204);&quot;&gt;Neural Networks &amp;amp; Deep Learning&lt;/span&gt;" vertex="1">
-           <mxGeometry height="18" width="160" x="1160" y="806" as="geometry" />
+           <mxGeometry height="18" width="160" x="1137" y="806" as="geometry" />
        </mxCell>
        <mxCell id="V7DRn1bYesRj_FAgbpVT-26" edge="1" parent="1" source="V7DRn1bYesRj_FAgbpVT-8" style="endArrow=blockThin;html=1;rounded=0;strokeColor=#808080;endFill=1;strokeWidth=0.5;exitX=0.25;exitY=1;exitDx=0;exitDy=0;entryX=0;entryY=0.5;entryDx=0;entryDy=0;" target="V7DRn1bYesRj_FAgbpVT-22" value="">
          <mxGeometry height="50" relative="1" width="50" as="geometry">
            <Array as="points">
              <mxPoint x="1121" y="720" />
            </Array>
            <mxPoint x="1103" y="744" as="sourcePoint" />
            <mxPoint x="1207" y="654" as="targetPoint" />
          </mxGeometry>
        </mxCell>
        <mxCell id="V7DRn1bYesRj_FAgbpVT-27" edge="1" parent="1" source="V7DRn1bYesRj_FAgbpVT-8" style="endArrow=blockThin;html=1;rounded=0;strokeColor=#808080;endFill=1;strokeWidth=0.5;entryX=0;entryY=0.5;entryDx=0;entryDy=0;exitX=0.25;exitY=1;exitDx=0;exitDy=0;" target="V7DRn1bYesRj_FAgbpVT-23" value="">
          <mxGeometry height="50" relative="1" width="50" as="geometry">
            <Array as="points">
              <mxPoint x="1121" y="750" />
            </Array>
            <mxPoint x="1120" y="690" as="sourcePoint" />
            <mxPoint x="1194" y="650" as="targetPoint" />
          </mxGeometry>
        </mxCell>
        <mxCell id="V7DRn1bYesRj_FAgbpVT-28" edge="1" parent="1" source="V7DRn1bYesRj_FAgbpVT-8" style="endArrow=blockThin;html=1;rounded=0;strokeColor=#808080;endFill=1;strokeWidth=0.5;exitX=0.25;exitY=1;exitDx=0;exitDy=0;entryX=0;entryY=0.5;entryDx=0;entryDy=0;" target="V7DRn1bYesRj_FAgbpVT-24" value="">
          <mxGeometry height="50" relative="1" width="50" as="geometry">
            <Array as="points">
              <mxPoint x="1121" y="780" />
            </Array>
            <mxPoint x="1110" y="790" as="sourcePoint" />
            <mxPoint x="1214" y="700" as="targetPoint" />
          </mxGeometry>
        </mxCell>
        <mxCell id="V7DRn1bYesRj_FAgbpVT-31" edge="1" parent="1" source="V7DRn1bYesRj_FAgbpVT-8" style="endArrow=blockThin;html=1;rounded=0;strokeColor=#808080;endFill=1;strokeWidth=0.5;exitX=0.25;exitY=1;exitDx=0;exitDy=0;entryX=0;entryY=0.5;entryDx=0;entryDy=0;" target="V7DRn1bYesRj_FAgbpVT-25" value="">
          <mxGeometry height="50" relative="1" width="50" as="geometry">
            <Array as="points">
              <mxPoint x="1121" y="815" />
            </Array>
            <mxPoint x="1070" y="790" as="sourcePoint" />
            <mxPoint x="1174" y="700" as="targetPoint" />
          </mxGeometry>
        </mxCell>
+         <mxCell id="V7DRn1bYesRj_FAgbpVT-33" parent="1" style="rounded=0;whiteSpace=wrap;html=1;fontFamily=Comic Sans MS;strokeWidth=0.5;strokeColor=#808080;align=left;verticalAlign=top;fontSize=10;" value="CNN,&amp;nbsp;RNN / LSTM" vertex="1">
+           <mxGeometry height="30" width="180" x="1340" y="826" as="geometry" />
+         </mxCell>
+         <mxCell id="V7DRn1bYesRj_FAgbpVT-35" parent="1" style="rounded=0;whiteSpace=wrap;html=1;fontFamily=Comic Sans MS;strokeWidth=0.5;strokeColor=#808080;align=left;verticalAlign=top;fontSize=10;" value="Q-Learning, Deep Q-Network (DQN)." vertex="1">
+           <mxGeometry height="30" width="180" x="1340" y="786" as="geometry" />
+         </mxCell>
+         <mxCell id="V7DRn1bYesRj_FAgbpVT-36" parent="1" style="rounded=0;whiteSpace=wrap;html=1;fontFamily=Comic Sans MS;strokeWidth=0.5;strokeColor=#808080;align=left;verticalAlign=top;fontSize=10;" value="Clustering :&amp;nbsp;K-Means, DBSCAN&lt;br&gt;Dimensionality Reduction:&amp;nbsp;PCA" vertex="1">
+           <mxGeometry height="30" width="180" x="1340" y="739.5" as="geometry" />
+         </mxCell>
+         <mxCell id="V7DRn1bYesRj_FAgbpVT-37" parent="1" style="rounded=0;whiteSpace=wrap;html=1;fontFamily=Comic Sans MS;strokeWidth=0.5;strokeColor=#808080;align=left;verticalAlign=top;fontSize=10;" value="Regression :&amp;nbsp;Linear Regression&lt;div&gt;Classification : Logistic Regression, Decision Trees, Random Forest,SVM - Support Vector Machine&lt;/div&gt;" vertex="1">
+           <mxGeometry height="48" width="220" x="1340" y="679.25" as="geometry" />
+         </mxCell>
+         <mxCell id="V7DRn1bYesRj_FAgbpVT-39" edge="1" parent="1" source="V7DRn1bYesRj_FAgbpVT-22" style="endArrow=blockThin;html=1;rounded=0;strokeColor=#808080;endFill=1;strokeWidth=0.65;exitX=1;exitY=0.5;exitDx=0;exitDy=0;entryX=0;entryY=0.25;entryDx=0;entryDy=0;dashed=1;" target="V7DRn1bYesRj_FAgbpVT-37" value="">
+           <mxGeometry height="50" relative="1" width="50" as="geometry">
+             <mxPoint x="1285" y="760" as="sourcePoint" />
+             <mxPoint x="1260" y="720" as="targetPoint" />
+           </mxGeometry>
+         </mxCell>
+         <mxCell id="V7DRn1bYesRj_FAgbpVT-40" edge="1" parent="1" source="V7DRn1bYesRj_FAgbpVT-23" style="endArrow=blockThin;html=1;rounded=0;strokeColor=#808080;endFill=1;strokeWidth=0.65;exitX=1;exitY=0.5;exitDx=0;exitDy=0;entryX=0;entryY=0.25;entryDx=0;entryDy=0;dashed=1;" target="V7DRn1bYesRj_FAgbpVT-36" value="">
+           <mxGeometry height="50" relative="1" width="50" as="geometry">
+             <mxPoint x="1285" y="760" as="sourcePoint" />
+             <mxPoint x="1260" y="720" as="targetPoint" />
+           </mxGeometry>
+         </mxCell>
+         <mxCell id="V7DRn1bYesRj_FAgbpVT-41" edge="1" parent="1" source="V7DRn1bYesRj_FAgbpVT-24" style="endArrow=blockThin;html=1;rounded=0;strokeColor=#808080;endFill=1;strokeWidth=0.65;exitX=1;exitY=0.5;exitDx=0;exitDy=0;entryX=0;entryY=0.25;entryDx=0;entryDy=0;dashed=1;" target="V7DRn1bYesRj_FAgbpVT-35" value="">
+           <mxGeometry height="50" relative="1" width="50" as="geometry">
+             <mxPoint x="1285" y="760" as="sourcePoint" />
+             <mxPoint x="1260" y="720" as="targetPoint" />
+           </mxGeometry>
+         </mxCell>
+         <mxCell id="V7DRn1bYesRj_FAgbpVT-42" edge="1" parent="1" source="V7DRn1bYesRj_FAgbpVT-25" style="endArrow=blockThin;html=1;rounded=0;strokeColor=#808080;endFill=1;strokeWidth=0.65;exitX=1;exitY=0.5;exitDx=0;exitDy=0;entryX=0;entryY=0.25;entryDx=0;entryDy=0;dashed=1;" target="V7DRn1bYesRj_FAgbpVT-33" value="">
+           <mxGeometry height="50" relative="1" width="50" as="geometry">
+             <mxPoint x="1285" y="760" as="sourcePoint" />
+             <mxPoint x="1260" y="720" as="targetPoint" />
+           </mxGeometry>
+         </mxCell>
      </root>
    </mxGraphModel>
  </diagram>
</mxfile>
